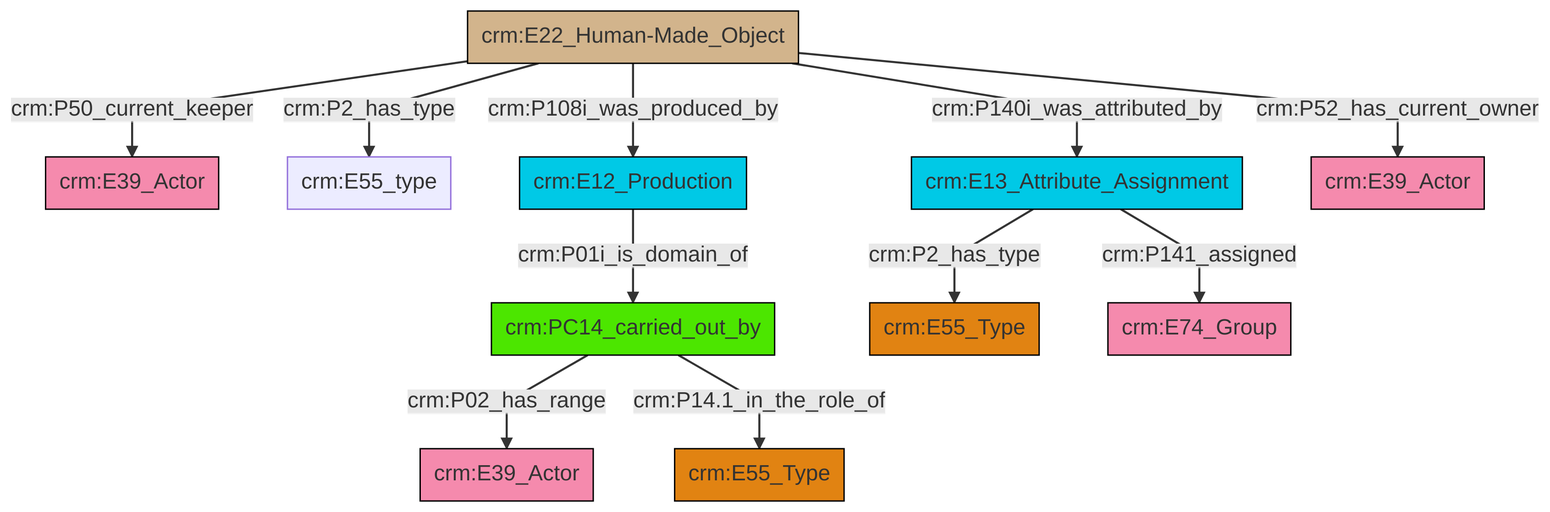
Earlier version of the Mermaid export et/artworkCSV/ttl/mmd/png/Artwork_Actor_Relations.png (swiss-art-research-net/docs.swissartresearch). Its source is kept beside it as et/artworkCSV/ttl/mmd/Artwork_Actor_Relations.ttl.mmd.
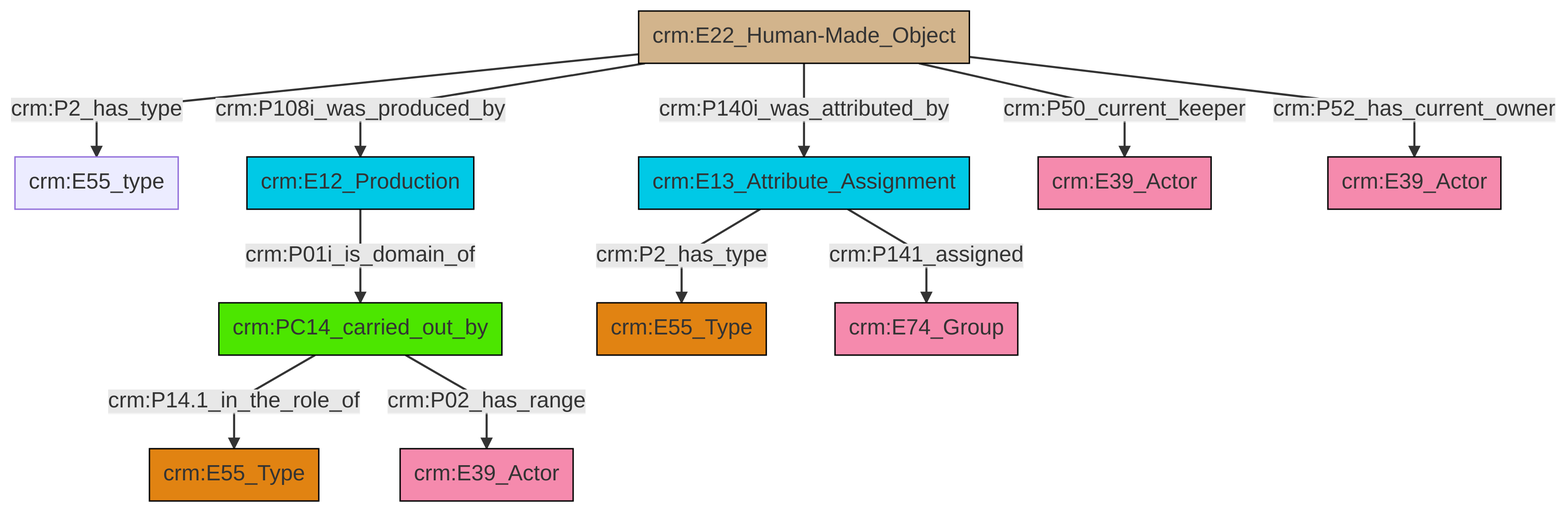
Above is the later version.

What changed in the source:
```diff
@@ -13,13 +13,13 @@
 classDef PC_Classes fill:#4ce600, stroke:#000000;
 classDef Multi fill:#cccccc,stroke:#000000;
 
-0["crm:PC14_carried_out_by"]:::PC_Classes -->|crm:P02_has_range| 1["crm:E39_Actor"]:::Actor
-6["crm:E22_Human-Made_Object"]:::Physical_Thing -->|crm:P2_has_type| 7["crm:E55_type"]:::Default
-6["crm:E22_Human-Made_Object"]:::Physical_Thing -->|crm:P108i_was_produced_by| 12["crm:E12_Production"]:::Temporal_Entity
-6["crm:E22_Human-Made_Object"]:::Physical_Thing -->|crm:P140i_was_attributed_by| 15["crm:E13_Attribute_Assignment"]:::Temporal_Entity
-15["crm:E13_Attribute_Assignment"]:::Temporal_Entity -->|crm:P141_assigned| 19["crm:E74_Group"]:::Actor
-6["crm:E22_Human-Made_Object"]:::Physical_Thing -->|crm:P52_has_current_owner| 17["crm:E39_Actor"]:::Actor
-12["crm:E12_Production"]:::Temporal_Entity -->|crm:P01i_is_domain_of| 0["crm:PC14_carried_out_by"]:::PC_Classes
-6["crm:E22_Human-Made_Object"]:::Physical_Thing -->|crm:P50_current_keeper| 4["crm:E39_Actor"]:::Actor
-15["crm:E13_Attribute_Assignment"]:::Temporal_Entity -->|crm:P2_has_type| 10["crm:E55_Type"]:::Type
-0["crm:PC14_carried_out_by"]:::PC_Classes -->|crm:P14.1_in_the_role_of| 8["crm:E55_Type"]:::Type
+2["crm:E22_Human-Made_Object"]:::Physical_Thing -->|crm:P2_has_type| 0["crm:E55_type"]:::Default
+3["crm:PC14_carried_out_by"]:::PC_Classes -->|crm:P14.1_in_the_role_of| 4["crm:E55_Type"]:::Type
+2["crm:E22_Human-Made_Object"]:::Physical_Thing -->|crm:P108i_was_produced_by| 7["crm:E12_Production"]:::Temporal_Entity
+8["crm:E13_Attribute_Assignment"]:::Temporal_Entity -->|crm:P2_has_type| 5["crm:E55_Type"]:::Type
+8["crm:E13_Attribute_Assignment"]:::Temporal_Entity -->|crm:P141_assigned| 12["crm:E74_Group"]:::Actor
+2["crm:E22_Human-Made_Object"]:::Physical_Thing -->|crm:P52_has_current_owner| 16["crm:E39_Actor"]:::Actor
+3["crm:PC14_carried_out_by"]:::PC_Classes -->|crm:P02_has_range| 19["crm:E39_Actor"]:::Actor
+2["crm:E22_Human-Made_Object"]:::Physical_Thing -->|crm:P50_current_keeper| 14["crm:E39_Actor"]:::Actor
+2["crm:E22_Human-Made_Object"]:::Physical_Thing -->|crm:P140i_was_attributed_by| 8["crm:E13_Attribute_Assignment"]:::Temporal_Entity
+7["crm:E12_Production"]:::Temporal_Entity -->|crm:P01i_is_domain_of| 3["crm:PC14_carried_out_by"]:::PC_Classes
```
